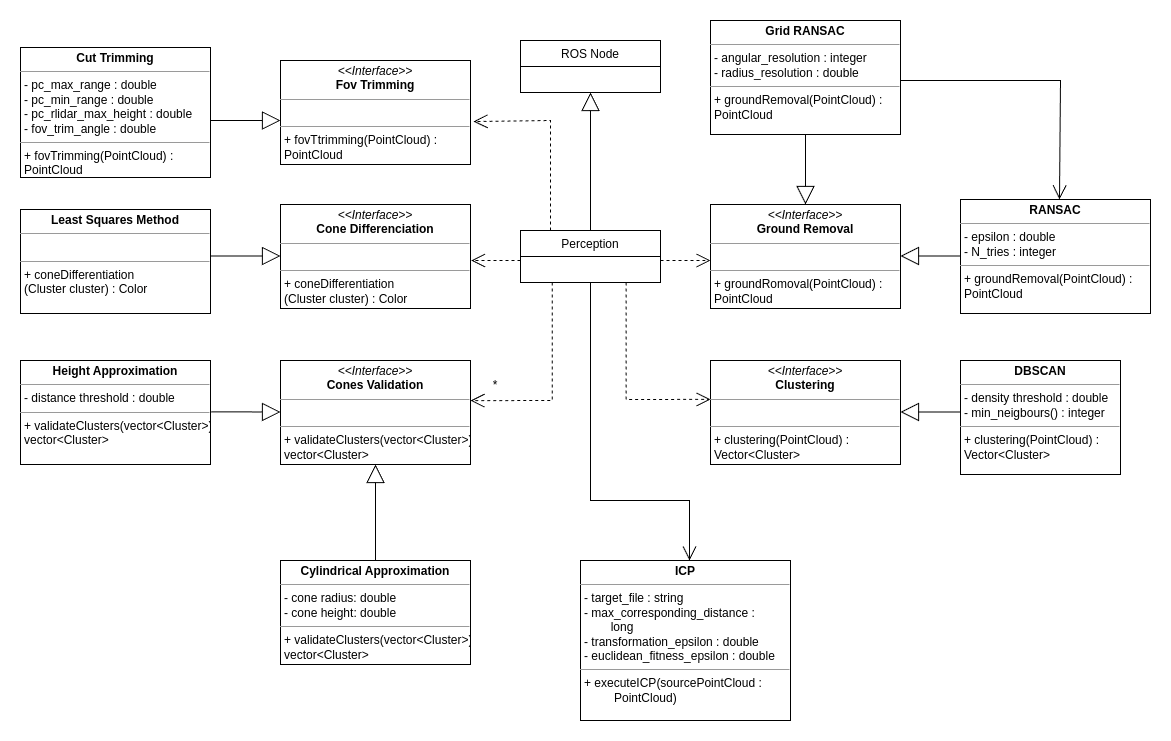
fs-feup/autonomous-systems keeps this draw.io diagram as docs/diagrams/perception/perception.drawio.png. Above is the earlier version. Source tidied: cells renumbered, new cells last; positions are measured from the earlier drawing's top-left corner, leaving out a move shared by most shapes.
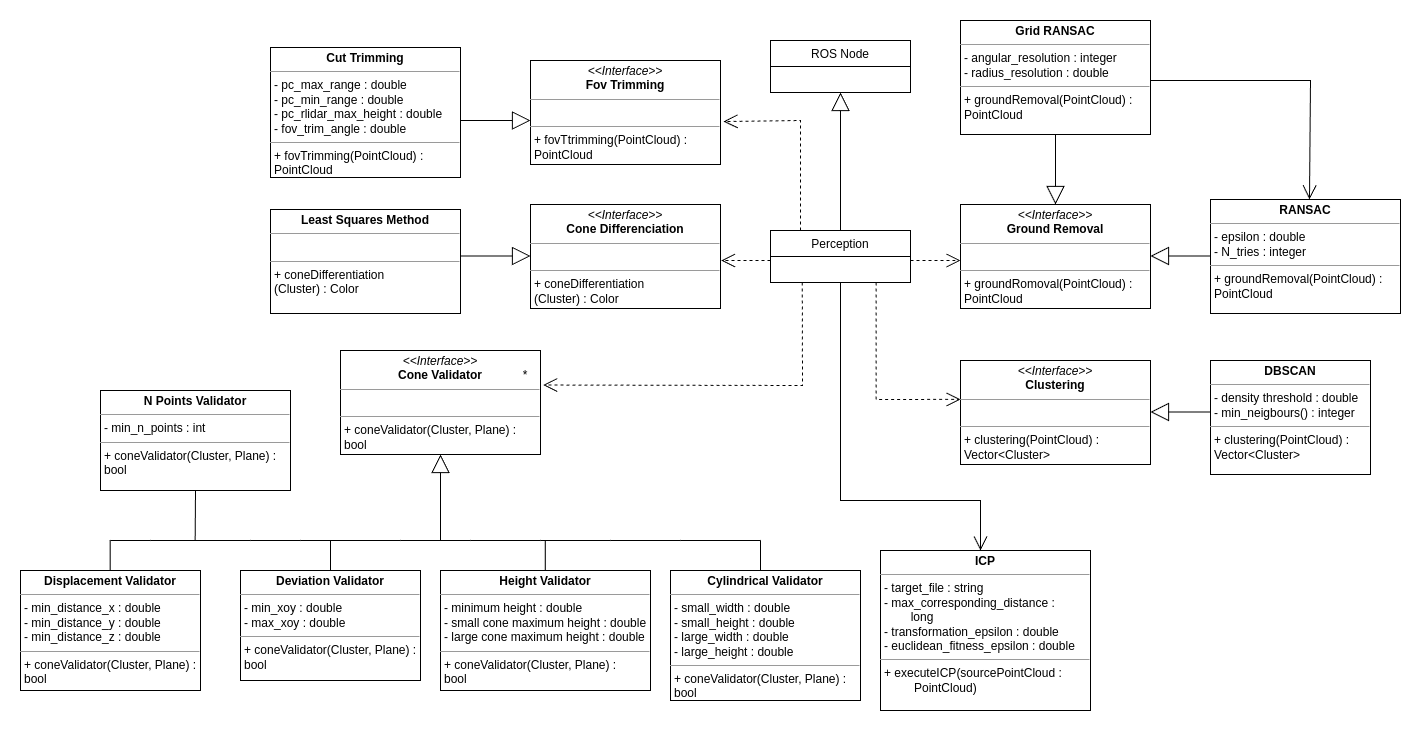
After the commit.

Diff of the diagram source:
```diff
@@ -28,10 +28,10 @@
         <mxPoint x="880" y="391.5" as="targetPoint" />
       </mxGeometry>
     </mxCell>
-    <mxCell id="8" value="&lt;p style=&quot;margin:0px;margin-top:4px;text-align:center;&quot;&gt;&lt;i&gt;&amp;lt;&amp;lt;Interface&amp;gt;&amp;gt;&lt;/i&gt;&lt;br&gt;&lt;b&gt;Cones Validation&lt;/b&gt;&lt;/p&gt;&lt;hr size=&quot;1&quot;&gt;&lt;p style=&quot;margin:0px;margin-left:4px;&quot;&gt;&lt;br&gt;&lt;/p&gt;&lt;hr size=&quot;1&quot;&gt;&lt;p style=&quot;margin:0px;margin-left:4px;&quot;&gt;+ validateClusters(vector&amp;lt;Cluster&amp;gt;) :&lt;br style=&quot;padding: 0px; margin: 0px;&quot;&gt;vector&amp;lt;Cluster&amp;gt;&lt;br&gt;&lt;/p&gt;" style="verticalAlign=top;align=left;overflow=fill;fontSize=12;fontFamily=Helvetica;html=1;" parent="1" vertex="1">
-      <mxGeometry x="260" y="340" width="190" height="104" as="geometry" />
+    <mxCell id="8" value="&lt;p style=&quot;margin:0px;margin-top:4px;text-align:center;&quot;&gt;&lt;i&gt;&amp;lt;&amp;lt;Interface&amp;gt;&amp;gt;&lt;/i&gt;&lt;br&gt;&lt;b&gt;Cone Validator&lt;/b&gt;&lt;/p&gt;&lt;hr size=&quot;1&quot;&gt;&lt;p style=&quot;margin:0px;margin-left:4px;&quot;&gt;&lt;br&gt;&lt;/p&gt;&lt;hr size=&quot;1&quot;&gt;&lt;p style=&quot;margin:0px;margin-left:4px;&quot;&gt;+ coneValidator(Cluster, Plane) :&lt;br style=&quot;padding: 0px; margin: 0px;&quot;&gt;bool&lt;/p&gt;" style="verticalAlign=top;align=left;overflow=fill;fontSize=12;fontFamily=Helvetica;html=1;" parent="1" vertex="1">
+      <mxGeometry x="70" y="330" width="200" height="104" as="geometry" />
     </mxCell>
-    <mxCell id="9" value="&lt;p style=&quot;margin:0px;margin-top:4px;text-align:center;&quot;&gt;&lt;i&gt;&amp;lt;&amp;lt;Interface&amp;gt;&amp;gt;&lt;/i&gt;&lt;br&gt;&lt;b&gt;Cone Differenciation&lt;/b&gt;&lt;/p&gt;&lt;hr size=&quot;1&quot;&gt;&lt;p style=&quot;margin:0px;margin-left:4px;&quot;&gt;&lt;br&gt;&lt;/p&gt;&lt;hr size=&quot;1&quot;&gt;&lt;p style=&quot;margin:0px;margin-left:4px;&quot;&gt;+ coneDifferentiation&lt;/p&gt;&lt;p style=&quot;margin:0px;margin-left:4px;&quot;&gt;(Cluster cluster) : Color&lt;br&gt;&lt;/p&gt;" style="verticalAlign=top;align=left;overflow=fill;fontSize=12;fontFamily=Helvetica;html=1;" parent="1" vertex="1">
+    <mxCell id="9" value="&lt;p style=&quot;margin:0px;margin-top:4px;text-align:center;&quot;&gt;&lt;i&gt;&amp;lt;&amp;lt;Interface&amp;gt;&amp;gt;&lt;/i&gt;&lt;br&gt;&lt;b&gt;Cone Differenciation&lt;/b&gt;&lt;/p&gt;&lt;hr size=&quot;1&quot;&gt;&lt;p style=&quot;margin:0px;margin-left:4px;&quot;&gt;&lt;br&gt;&lt;/p&gt;&lt;hr size=&quot;1&quot;&gt;&lt;p style=&quot;margin:0px;margin-left:4px;&quot;&gt;+ coneDifferentiation&lt;/p&gt;&lt;p style=&quot;margin:0px;margin-left:4px;&quot;&gt;(Cluster) : Color&lt;br&gt;&lt;/p&gt;" style="verticalAlign=top;align=left;overflow=fill;fontSize=12;fontFamily=Helvetica;html=1;" parent="1" vertex="1">
       <mxGeometry x="260" y="184" width="190" height="104" as="geometry" />
     </mxCell>
     <mxCell id="10" style="endArrow=block;endSize=16;endFill=0;html=1;rounded=0;" parent="1" edge="1">
@@ -40,12 +40,6 @@
         <mxPoint x="260" y="235.5" as="targetPoint" />
       </mxGeometry>
     </mxCell>
-    <mxCell id="11" style="endArrow=block;endSize=16;endFill=0;html=1;rounded=0;exitX=1.004;exitY=0.629;exitDx=0;exitDy=0;exitPerimeter=0;" parent="1" edge="1">
-      <mxGeometry relative="1" as="geometry">
-        <mxPoint x="190.6" y="391.4" as="sourcePoint" />
-        <mxPoint x="260" y="391.5" as="targetPoint" />
-      </mxGeometry>
-    </mxCell>
     <mxCell id="12" style="endArrow=open;endSize=12;dashed=1;html=1;rounded=0;" parent="1" edge="1">
       <mxGeometry relative="1" as="geometry">
         <mxPoint x="640" y="240" as="sourcePoint" />
@@ -61,12 +55,11 @@
         </Array>
       </mxGeometry>
     </mxCell>
-    <mxCell id="14" style="endArrow=open;endSize=12;dashed=1;html=1;rounded=0;entryX=1.017;entryY=0.386;entryDx=0;entryDy=0;entryPerimeter=0;exitX=0.25;exitY=1;exitDx=0;exitDy=0;" parent="1" edge="1">
+    <mxCell id="14" style="endArrow=open;endSize=12;dashed=1;html=1;rounded=0;exitX=0.25;exitY=1;exitDx=0;exitDy=0;entryX=1.013;entryY=0.332;entryDx=0;entryDy=0;entryPerimeter=0;" parent="1" edge="1" target="8">
       <mxGeometry relative="1" as="geometry">
         <mxPoint x="531.8" y="262" as="sourcePoint" />
-        <mxPoint x="450" y="380.1" as="targetPoint" />
         <Array as="points">
-          <mxPoint x="531.8" y="380" />
+          <mxPoint x="532" y="365" />
         </Array>
       </mxGeometry>
     </mxCell>
@@ -81,23 +74,25 @@
     <mxCell id="17" value="Perception" style="swimlane;fontStyle=0;horizontal=1;startSize=26;fillColor=none;" parent="1" vertex="1">
       <mxGeometry x="500" y="210" width="140" height="52" as="geometry" />
     </mxCell>
-    <mxCell id="18" value="&lt;p style=&quot;margin:0px;margin-top:4px;text-align:center;&quot;&gt;&lt;span style=&quot;font-weight: 700;&quot;&gt;Least Squares Method&lt;/span&gt;&lt;br&gt;&lt;/p&gt;&lt;hr size=&quot;1&quot;&gt;&lt;p style=&quot;margin:0px;margin-left:4px;&quot;&gt;&lt;br&gt;&lt;/p&gt;&lt;hr size=&quot;1&quot;&gt;&lt;p style=&quot;margin:0px;margin-left:4px;&quot;&gt;+ coneDifferentiation&lt;/p&gt;&lt;p style=&quot;margin:0px;margin-left:4px;&quot;&gt;(Cluster cluster) : Color&lt;br&gt;&lt;/p&gt;" style="verticalAlign=top;align=left;overflow=fill;fontSize=12;fontFamily=Helvetica;html=1;" parent="1" vertex="1">
+    <mxCell id="18" value="&lt;p style=&quot;margin:0px;margin-top:4px;text-align:center;&quot;&gt;&lt;span style=&quot;font-weight: 700;&quot;&gt;Least Squares Method&lt;/span&gt;&lt;br&gt;&lt;/p&gt;&lt;hr size=&quot;1&quot;&gt;&lt;p style=&quot;margin:0px;margin-left:4px;&quot;&gt;&lt;br&gt;&lt;/p&gt;&lt;hr size=&quot;1&quot;&gt;&lt;p style=&quot;margin:0px;margin-left:4px;&quot;&gt;+ coneDifferentiation&lt;/p&gt;&lt;p style=&quot;margin:0px;margin-left:4px;&quot;&gt;(Cluster) : Color&lt;br&gt;&lt;/p&gt;" style="verticalAlign=top;align=left;overflow=fill;fontSize=12;fontFamily=Helvetica;html=1;" parent="1" vertex="1">
       <mxGeometry y="189" width="190" height="104" as="geometry" />
     </mxCell>
-    <mxCell id="19" value="&lt;p style=&quot;margin:0px;margin-top:4px;text-align:center;&quot;&gt;&lt;b&gt;Height Approximation&lt;/b&gt;&lt;/p&gt;&lt;hr size=&quot;1&quot;&gt;&lt;p style=&quot;margin:0px;margin-left:4px;&quot;&gt;- distance threshold : double&lt;/p&gt;&lt;hr size=&quot;1&quot;&gt;&lt;p style=&quot;margin:0px;margin-left:4px;&quot;&gt;+ validateClusters(vector&amp;lt;Cluster&amp;gt;) :&lt;br style=&quot;padding: 0px; margin: 0px;&quot;&gt;vector&amp;lt;Cluster&amp;gt;&lt;br&gt;&lt;/p&gt;" style="verticalAlign=top;align=left;overflow=fill;fontSize=12;fontFamily=Helvetica;html=1;" parent="1" vertex="1">
-      <mxGeometry y="340" width="190" height="104" as="geometry" />
+    <mxCell id="19" value="&lt;p style=&quot;margin:0px;margin-top:4px;text-align:center;&quot;&gt;&lt;b&gt;Height Validator&lt;/b&gt;&lt;/p&gt;&lt;hr size=&quot;1&quot;&gt;&lt;p style=&quot;margin:0px;margin-left:4px;&quot;&gt;- minimum height : double&lt;/p&gt;&lt;p style=&quot;margin:0px;margin-left:4px;&quot;&gt;- small cone maximum height : double&lt;/p&gt;&lt;p style=&quot;margin:0px;margin-left:4px;&quot;&gt;- large cone maximum height : double&lt;/p&gt;&lt;hr size=&quot;1&quot;&gt;&lt;p style=&quot;margin:0px;margin-left:4px;&quot;&gt;+ coneValidator(Cluster, Plane) :&lt;br style=&quot;padding: 0px; margin: 0px;&quot;&gt;bool&lt;/p&gt;" style="verticalAlign=top;align=left;overflow=fill;fontSize=12;fontFamily=Helvetica;html=1;" parent="1" vertex="1">
+      <mxGeometry x="170" y="550" width="210" height="120" as="geometry" />
     </mxCell>
     <mxCell id="20" value="&lt;p style=&quot;margin:0px;margin-top:4px;text-align:center;&quot;&gt;&lt;b&gt;DBSCAN&lt;/b&gt;&lt;/p&gt;&lt;hr size=&quot;1&quot;&gt;&lt;p style=&quot;margin:0px;margin-left:4px;&quot;&gt;- density threshold : double&lt;br style=&quot;padding: 0px; margin: 0px;&quot;&gt;- min_neigbours() : integer&lt;br&gt;&lt;/p&gt;&lt;hr size=&quot;1&quot;&gt;&lt;p style=&quot;margin:0px;margin-left:4px;&quot;&gt;+ clustering(PointCloud) :&amp;nbsp;&lt;br style=&quot;padding: 0px; margin: 0px;&quot;&gt;Vector&amp;lt;Cluster&amp;gt;&lt;br&gt;&lt;/p&gt;" style="verticalAlign=top;align=left;overflow=fill;fontSize=12;fontFamily=Helvetica;html=1;" parent="1" vertex="1">
       <mxGeometry x="940" y="340" width="160" height="114" as="geometry" />
     </mxCell>
     <mxCell id="21" value="*" style="text;html=1;strokeColor=none;fillColor=none;align=center;verticalAlign=middle;whiteSpace=wrap;rounded=0;" parent="1" vertex="1">
-      <mxGeometry x="460" y="350" width="30" height="30" as="geometry" />
+      <mxGeometry x="240" y="340" width="30" height="30" as="geometry" />
     </mxCell>
-    <mxCell id="22" value="&lt;p style=&quot;margin:0px;margin-top:4px;text-align:center;&quot;&gt;&lt;b&gt;Cylindrical Approximation&lt;/b&gt;&lt;/p&gt;&lt;hr size=&quot;1&quot;&gt;&lt;p style=&quot;margin:0px;margin-left:4px;&quot;&gt;- cone radius: double&lt;/p&gt;&lt;p style=&quot;margin:0px;margin-left:4px;&quot;&gt;- cone height: double&lt;/p&gt;&lt;hr size=&quot;1&quot;&gt;&lt;p style=&quot;margin:0px;margin-left:4px;&quot;&gt;+ validateClusters(vector&amp;lt;Cluster&amp;gt;) :&lt;br style=&quot;padding: 0px; margin: 0px;&quot;&gt;vector&amp;lt;Cluster&amp;gt;&lt;br&gt;&lt;/p&gt;" style="verticalAlign=top;align=left;overflow=fill;fontSize=12;fontFamily=Helvetica;html=1;" parent="1" vertex="1">
-      <mxGeometry x="260" y="540" width="190" height="104" as="geometry" />
+    <mxCell id="22" value="&lt;p style=&quot;margin:0px;margin-top:4px;text-align:center;&quot;&gt;&lt;b&gt;Cylindrical Validator&lt;/b&gt;&lt;/p&gt;&lt;hr size=&quot;1&quot;&gt;&lt;p style=&quot;margin:0px;margin-left:4px;&quot;&gt;- small_width : double&lt;/p&gt;&lt;p style=&quot;margin:0px;margin-left:4px;&quot;&gt;- small_height : double&lt;/p&gt;&lt;p style=&quot;margin:0px;margin-left:4px;&quot;&gt;- large_width : double&amp;nbsp;&lt;/p&gt;&lt;p style=&quot;margin:0px;margin-left:4px;&quot;&gt;- large_height : double&lt;/p&gt;&lt;hr size=&quot;1&quot;&gt;&lt;p style=&quot;margin:0px;margin-left:4px;&quot;&gt;+ coneValidator(Cluster, Plane) :&lt;br style=&quot;padding: 0px; margin: 0px;&quot;&gt;bool&lt;/p&gt;" style="verticalAlign=top;align=left;overflow=fill;fontSize=12;fontFamily=Helvetica;html=1;" parent="1" vertex="1">
+      <mxGeometry x="400" y="550" width="190" height="130" as="geometry" />
     </mxCell>
-    <mxCell id="23" style="endArrow=block;endSize=16;endFill=0;html=1;rounded=0;exitX=0.5;exitY=0;exitDx=0;exitDy=0;entryX=0.5;entryY=1;entryDx=0;entryDy=0;" parent="1" edge="1" source="22" target="8">
-      <mxGeometry relative="1" as="geometry" />
+    <mxCell id="23" style="endArrow=block;endSize=16;endFill=0;html=1;rounded=0;entryX=0.5;entryY=1;entryDx=0;entryDy=0;" parent="1" edge="1" target="8">
+      <mxGeometry relative="1" as="geometry">
+        <mxPoint x="170" y="520" as="sourcePoint" />
+      </mxGeometry>
     </mxCell>
     <mxCell id="24" value="&lt;p style=&quot;margin:0px;margin-top:4px;text-align:center;&quot;&gt;&lt;b&gt;Grid RANSAC&lt;/b&gt;&lt;/p&gt;&lt;hr size=&quot;1&quot;&gt;&lt;p style=&quot;margin:0px;margin-left:4px;&quot;&gt;- angular_resolution : integer&lt;/p&gt;&lt;p style=&quot;margin:0px;margin-left:4px;&quot;&gt;- radius_resolution : double&lt;/p&gt;&lt;hr size=&quot;1&quot;&gt;&lt;p style=&quot;margin:0px;margin-left:4px;&quot;&gt;+ groundRemoval(PointCloud) :&amp;nbsp;&lt;/p&gt;&lt;p style=&quot;margin:0px;margin-left:4px;&quot;&gt;PointCloud&lt;/p&gt;" style="verticalAlign=top;align=left;overflow=fill;fontSize=12;fontFamily=Helvetica;html=1;" parent="1" vertex="1">
       <mxGeometry x="690" width="190" height="114" as="geometry" />
@@ -114,15 +109,15 @@
       </mxGeometry>
     </mxCell>
     <mxCell id="27" value="&lt;p style=&quot;margin:0px;margin-top:4px;text-align:center;&quot;&gt;&lt;b&gt;ICP&lt;/b&gt;&lt;/p&gt;&lt;hr size=&quot;1&quot;&gt;&lt;p style=&quot;margin:0px;margin-left:4px;&quot;&gt;- target_file : string&lt;/p&gt;&lt;p style=&quot;margin:0px;margin-left:4px;&quot;&gt;- max_corresponding_distance :&lt;/p&gt;&lt;p style=&quot;margin:0px;margin-left:4px;&quot;&gt;&lt;span style=&quot;white-space: pre;&quot;&gt;&#9;&lt;/span&gt;long&lt;br&gt;&lt;/p&gt;&lt;p style=&quot;margin:0px;margin-left:4px;&quot;&gt;- transformation_epsilon : double&lt;/p&gt;&lt;p style=&quot;margin:0px;margin-left:4px;&quot;&gt;- euclidean_fitness_epsilon : double&lt;/p&gt;&lt;hr size=&quot;1&quot;&gt;&lt;p style=&quot;margin:0px;margin-left:4px;&quot;&gt;+ executeICP(sourcePointCloud :&lt;/p&gt;&lt;p style=&quot;margin:0px;margin-left:4px;&quot;&gt;&lt;span style=&quot;white-space: pre;&quot;&gt;&#9;&lt;/span&gt;&amp;nbsp;PointCloud)&lt;/p&gt;" style="verticalAlign=top;align=left;overflow=fill;fontSize=12;fontFamily=Helvetica;html=1;" parent="1" vertex="1">
-      <mxGeometry x="560" y="540" width="210" height="160" as="geometry" />
+      <mxGeometry x="610" y="530" width="210" height="160" as="geometry" />
     </mxCell>
     <mxCell id="28" style="endArrow=open;endFill=1;endSize=12;html=1;rounded=0;exitX=0.5;exitY=1;exitDx=0;exitDy=0;" parent="1" edge="1" source="17">
       <mxGeometry relative="1" as="geometry">
-        <mxPoint x="669" y="540" as="targetPoint" />
+        <mxPoint x="710" y="530" as="targetPoint" />
         <Array as="points">
           <mxPoint x="570" y="310" />
           <mxPoint x="570" y="480" />
-          <mxPoint x="669" y="480" />
+          <mxPoint x="710" y="480" />
         </Array>
       </mxGeometry>
     </mxCell>
@@ -146,5 +141,97 @@
         <mxPoint x="260" y="100" as="targetPoint" />
       </mxGeometry>
     </mxCell>
+    <mxCell id="33" value="&lt;p style=&quot;margin:0px;margin-top:4px;text-align:center;&quot;&gt;&lt;b&gt;N Points Validator&lt;/b&gt;&lt;/p&gt;&lt;hr size=&quot;1&quot;&gt;&lt;p style=&quot;margin:0px;margin-left:4px;&quot;&gt;- min_n_points : int&lt;br&gt;&lt;/p&gt;&lt;hr size=&quot;1&quot;&gt;&lt;p style=&quot;margin:0px;margin-left:4px;&quot;&gt;+ coneValidator(Cluster, Plane) :&lt;br style=&quot;padding: 0px; margin: 0px;&quot;&gt;bool&lt;/p&gt;" style="verticalAlign=top;align=left;overflow=fill;fontSize=12;fontFamily=Helvetica;html=1;" parent="1" vertex="1">
+      <mxGeometry x="-170" y="370" width="190" height="100" as="geometry" />
+    </mxCell>
+    <mxCell id="34" style="endArrow=none;html=1;rounded=0;" parent="1" edge="1">
+      <mxGeometry relative="1" as="geometry">
+        <mxPoint x="410" y="520" as="sourcePoint" />
+        <mxPoint x="490" y="520" as="targetPoint" />
+      </mxGeometry>
+    </mxCell>
+    <mxCell id="35" style="endArrow=none;html=1;rounded=0;" parent="1" edge="1">
+      <mxGeometry relative="1" as="geometry">
+        <mxPoint x="490" y="520" as="sourcePoint" />
+        <mxPoint x="490" y="550" as="targetPoint" />
+      </mxGeometry>
+    </mxCell>
+    <mxCell id="36" style="endArrow=none;html=1;rounded=0;" parent="1" edge="1">
+      <mxGeometry relative="1" as="geometry">
+        <mxPoint x="340" y="520" as="sourcePoint" />
+        <mxPoint x="410" y="520" as="targetPoint" />
+      </mxGeometry>
+    </mxCell>
+    <mxCell id="37" style="endArrow=none;html=1;rounded=0;" parent="1" edge="1">
+      <mxGeometry relative="1" as="geometry">
+        <mxPoint x="270" y="520" as="sourcePoint" />
+        <mxPoint x="340" y="520" as="targetPoint" />
+      </mxGeometry>
+    </mxCell>
+    <mxCell id="38" style="endArrow=none;html=1;rounded=0;" parent="1" edge="1">
+      <mxGeometry relative="1" as="geometry">
+        <mxPoint x="274.8" y="520" as="sourcePoint" />
+        <mxPoint x="274.8" y="550" as="targetPoint" />
+      </mxGeometry>
+    </mxCell>
+    <mxCell id="39" style="endArrow=none;html=1;rounded=0;" parent="1" edge="1">
+      <mxGeometry relative="1" as="geometry">
+        <mxPoint x="200" y="520" as="sourcePoint" />
+        <mxPoint x="270" y="520" as="targetPoint" />
+      </mxGeometry>
+    </mxCell>
+    <mxCell id="40" style="endArrow=none;html=1;rounded=0;" parent="1" edge="1">
+      <mxGeometry relative="1" as="geometry">
+        <mxPoint x="130" y="520" as="sourcePoint" />
+        <mxPoint x="200" y="520" as="targetPoint" />
+      </mxGeometry>
+    </mxCell>
+    <mxCell id="41" style="endArrow=none;html=1;rounded=0;" parent="1" edge="1">
+      <mxGeometry relative="1" as="geometry">
+        <mxPoint x="30" y="520" as="sourcePoint" />
+        <mxPoint x="130" y="520" as="targetPoint" />
+      </mxGeometry>
+    </mxCell>
+    <mxCell id="42" value="&lt;p style=&quot;margin:0px;margin-top:4px;text-align:center;&quot;&gt;&lt;b&gt;Deviation Validator&lt;/b&gt;&lt;/p&gt;&lt;hr size=&quot;1&quot;&gt;&lt;p style=&quot;margin:0px;margin-left:4px;&quot;&gt;- m&lt;span style=&quot;background-color: initial;&quot;&gt;in_xoy&amp;nbsp;&lt;/span&gt;&lt;span style=&quot;background-color: initial;&quot;&gt;: double&lt;/span&gt;&lt;/p&gt;&lt;p style=&quot;margin:0px;margin-left:4px;&quot;&gt;- max_xoy : double&lt;/p&gt;&lt;hr size=&quot;1&quot;&gt;&lt;p style=&quot;margin:0px;margin-left:4px;&quot;&gt;+ coneValidator(Cluster, Plane) :&lt;br style=&quot;padding: 0px; margin: 0px;&quot;&gt;bool&lt;/p&gt;" style="verticalAlign=top;align=left;overflow=fill;fontSize=12;fontFamily=Helvetica;html=1;" parent="1" vertex="1">
+      <mxGeometry x="-30" y="550" width="180" height="110" as="geometry" />
+    </mxCell>
+    <mxCell id="43" style="endArrow=none;html=1;rounded=0;" parent="1" edge="1">
+      <mxGeometry relative="1" as="geometry">
+        <mxPoint x="-20" y="520" as="sourcePoint" />
+        <mxPoint x="30" y="520" as="targetPoint" />
+      </mxGeometry>
+    </mxCell>
+    <mxCell id="44" style="endArrow=none;html=1;rounded=0;" parent="1" edge="1">
+      <mxGeometry relative="1" as="geometry">
+        <mxPoint x="60" y="520" as="sourcePoint" />
+        <mxPoint x="60" y="550" as="targetPoint" />
+      </mxGeometry>
+    </mxCell>
+    <mxCell id="45" style="endArrow=none;html=1;rounded=0;exitX=0.5;exitY=1;exitDx=0;exitDy=0;" parent="1" edge="1" source="33">
+      <mxGeometry relative="1" as="geometry">
+        <mxPoint x="-75.3" y="520" as="targetPoint" />
+      </mxGeometry>
+    </mxCell>
+    <mxCell id="46" value="&lt;p style=&quot;margin:0px;margin-top:4px;text-align:center;&quot;&gt;&lt;b&gt;Displacement Validator&lt;/b&gt;&lt;/p&gt;&lt;hr size=&quot;1&quot;&gt;&lt;p style=&quot;margin:0px;margin-left:4px;&quot;&gt;-&amp;nbsp;min_distance_x : double&lt;/p&gt;&lt;p style=&quot;margin:0px;margin-left:4px;&quot;&gt;-&amp;nbsp;min_distance_y : double&lt;/p&gt;&lt;p style=&quot;margin:0px;margin-left:4px;&quot;&gt;-&amp;nbsp;min_distance_z : double&lt;/p&gt;&lt;hr size=&quot;1&quot;&gt;&lt;p style=&quot;margin:0px;margin-left:4px;&quot;&gt;+ coneValidator(Cluster, Plane) :&lt;br style=&quot;padding: 0px; margin: 0px;&quot;&gt;bool&lt;/p&gt;" style="verticalAlign=top;align=left;overflow=fill;fontSize=12;fontFamily=Helvetica;html=1;" parent="1" vertex="1">
+      <mxGeometry x="-250" y="550" width="180" height="120" as="geometry" />
+    </mxCell>
+    <mxCell id="47" style="endArrow=none;html=1;rounded=0;" parent="1" edge="1">
+      <mxGeometry relative="1" as="geometry">
+        <mxPoint x="-160.3" y="520" as="sourcePoint" />
+        <mxPoint x="-160.3" y="550" as="targetPoint" />
+      </mxGeometry>
+    </mxCell>
+    <mxCell id="48" style="endArrow=none;html=1;rounded=0;" parent="1" edge="1">
+      <mxGeometry relative="1" as="geometry">
+        <mxPoint x="-120" y="520" as="sourcePoint" />
+        <mxPoint x="-20" y="520" as="targetPoint" />
+      </mxGeometry>
+    </mxCell>
+    <mxCell id="49" style="endArrow=none;html=1;rounded=0;" parent="1" edge="1">
+      <mxGeometry relative="1" as="geometry">
+        <mxPoint x="-160" y="520" as="sourcePoint" />
+        <mxPoint x="-120" y="520" as="targetPoint" />
+      </mxGeometry>
+    </mxCell>
   </root>
 </mxGraphModel>
```
